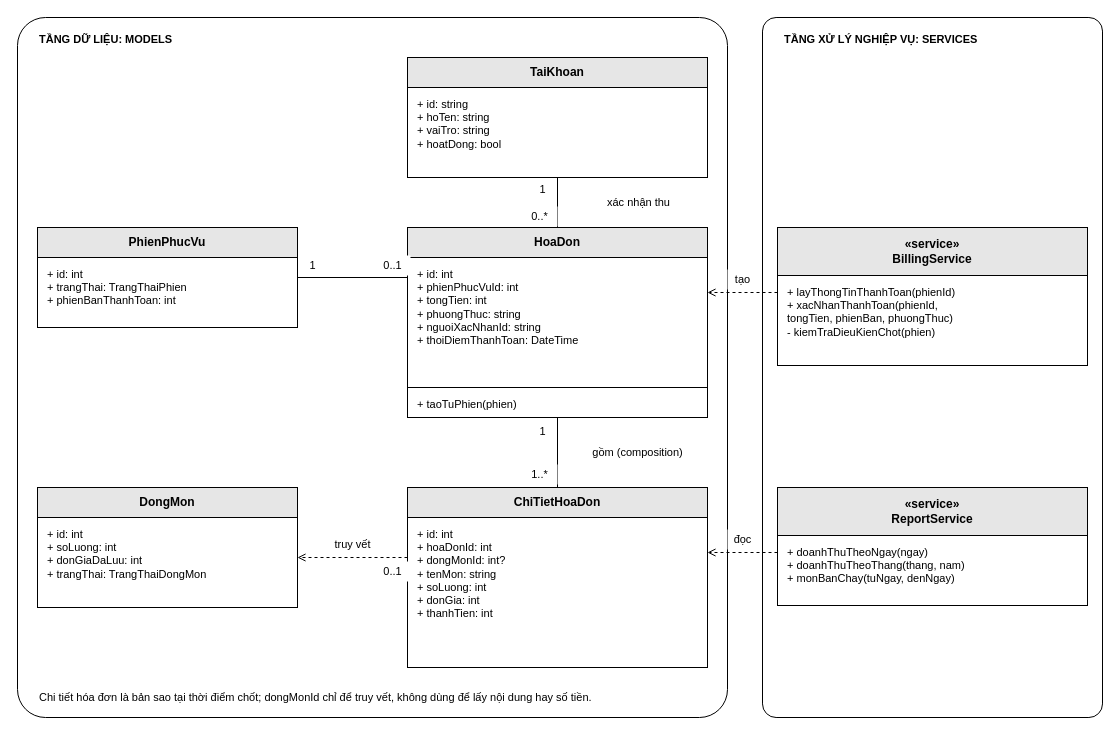
Earlier version of the draw.io diagram docs/diagrams/03-luoc-do-lop-hoa-don.drawio (Duy26112006/Qresto). Source tidied: cells renumbered, new cells numbered last; positions are measured from the earlier drawing's top-left corner, leaving out a move shared by most shapes. Both pictures are drawn from the tidied source at 100%, with x=0, y=0 at pixel (17, 17).
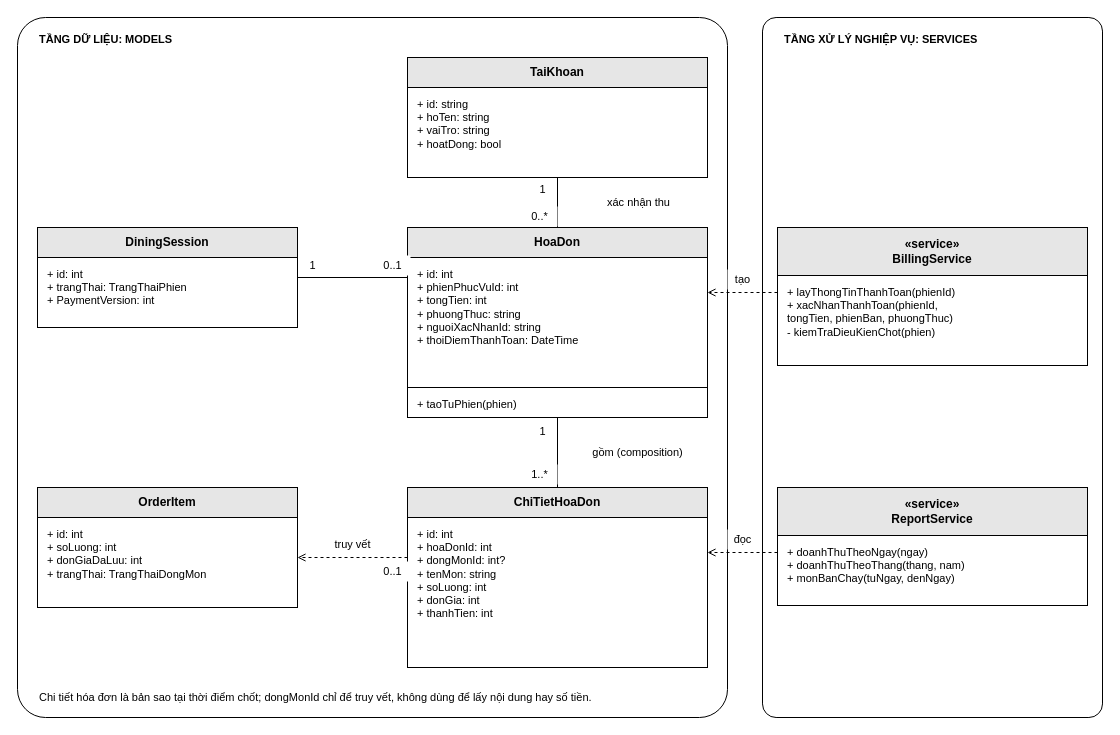
The same page after the edit.

Change to the diagram source:
```diff
@@
-    <mxCell id="8" value="&lt;b&gt;PhienPhucVu&lt;/b&gt;" style="rounded=0;whiteSpace=wrap;html=1;fillColor=#e6e6e6;strokeColor=#000000;fontColor=#000000;fontSize=12;" parent="1" vertex="1">
+    <mxCell id="8" value="&lt;b&gt;DiningSession&lt;/b&gt;" style="rounded=0;whiteSpace=wrap;html=1;fillColor=#e6e6e6;strokeColor=#000000;fontColor=#000000;fontSize=12;" parent="1" vertex="1">
       <mxGeometry x="20" y="210" width="260" height="30" as="geometry" />
     </mxCell>
-    <mxCell id="9" value="+ id: int&lt;br&gt;+ trangThai: TrangThaiPhien&lt;br&gt;+ phienBanThanhToan: int" style="rounded=0;whiteSpace=wrap;html=1;fillColor=#ffffff;strokeColor=#000000;fontColor=#000000;fontSize=11;align=left;verticalAlign=top;spacingLeft=8;spacingTop=4;" parent="1" vertex="1">
+    <mxCell id="9" value="+ id: int&lt;br&gt;+ trangThai: TrangThaiPhien&lt;br&gt;+ PaymentVersion: int" style="rounded=0;whiteSpace=wrap;html=1;fillColor=#ffffff;strokeColor=#000000;fontColor=#000000;fontSize=11;align=left;verticalAlign=top;spacingLeft=8;spacingTop=4;" parent="1" vertex="1">
       <mxGeometry x="20" y="240" width="260" height="70" as="geometry" />
     </mxCell>
@@
-    <mxCell id="15" value="&lt;b&gt;DongMon&lt;/b&gt;" style="rounded=0;whiteSpace=wrap;html=1;fillColor=#e6e6e6;strokeColor=#000000;fontColor=#000000;fontSize=12;" parent="1" vertex="1">
+    <mxCell id="15" value="&lt;b&gt;OrderItem&lt;/b&gt;" style="rounded=0;whiteSpace=wrap;html=1;fillColor=#e6e6e6;strokeColor=#000000;fontColor=#000000;fontSize=12;" parent="1" vertex="1">
       <mxGeometry x="20" y="470" width="260" height="30" as="geometry" />
     </mxCell>
```
